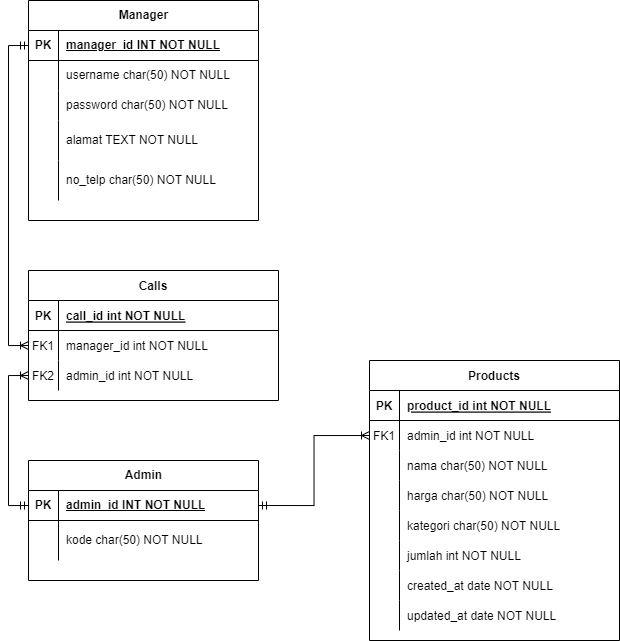
The draw.io diagram Skema Relasi.drawio.png in Raygama/tes, before a commit. Source tidied: cells renumbered, new cells last; positions are measured from the earlier drawing's top-left corner, leaving out a move shared by most shapes.
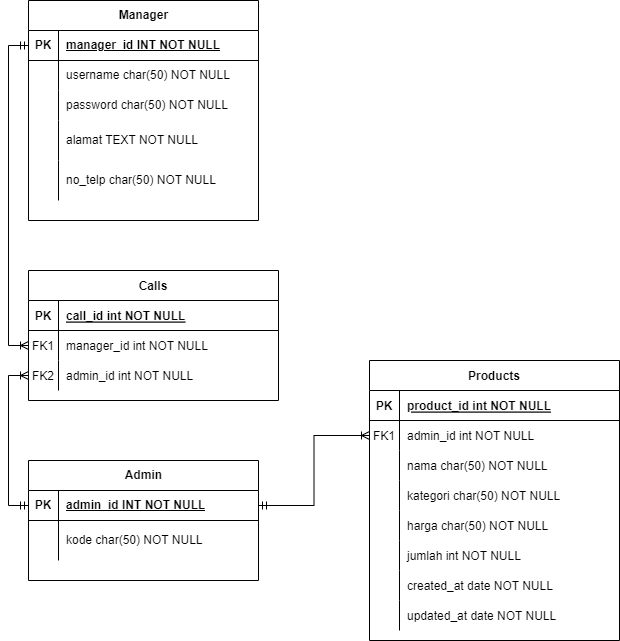
The same file after the commit.

Diff of the diagram source:
```diff
@@ -38,7 +38,7 @@
     <mxCell id="13" style="shape=partialRectangle;overflow=hidden;fillColor=none;top=0;left=0;bottom=0;right=0;" parent="12" vertex="1">
       <mxGeometry width="30" height="30" as="geometry" />
     </mxCell>
-    <mxCell id="14" value="harga char(50) NOT NULL" style="shape=partialRectangle;overflow=hidden;fillColor=none;top=0;left=0;bottom=0;right=0;align=left;spacingLeft=6;" parent="12" vertex="1">
+    <mxCell id="14" value="kategori char(50) NOT NULL" style="shape=partialRectangle;overflow=hidden;fillColor=none;top=0;left=0;bottom=0;right=0;align=left;spacingLeft=6;" parent="12" vertex="1">
       <mxGeometry x="30" width="220" height="30" as="geometry" />
     </mxCell>
     <mxCell id="15" style="shape=partialRectangle;fillColor=none;top=0;left=0;right=0;bottom=0;" parent="2" vertex="1">
@@ -47,9 +47,9 @@
     <mxCell id="16" style="shape=partialRectangle;overflow=hidden;fillColor=none;top=0;left=0;bottom=0;right=0;" parent="15" vertex="1">
       <mxGeometry width="30" height="30" as="geometry" />
     </mxCell>
-    <mxCell id="17" value="kategori char(50) NOT NULL" style="shape=partialRectangle;overflow=hidden;fillColor=none;top=0;left=0;bottom=0;right=0;align=left;spacingLeft=6;" parent="15" vertex="1">
-      <mxGeometry x="30" width="220" height="30" as="geometry" />
-    </mxCell>
+    <mxCell id="63" value="harga char(50) NOT NULL" style="shape=partialRectangle;overflow=hidden;fillColor=none;top=0;left=0;bottom=0;right=0;align=left;spacingLeft=6;" parent="15" vertex="1">
+      <mxGeometry x="30" width="220" height="30" as="geometry" />
+    </mxCell>
     <mxCell id="18" style="shape=partialRectangle;fillColor=none;top=0;left=0;right=0;bottom=0;" parent="2" vertex="1">
       <mxGeometry y="180" width="250" height="30" as="geometry" />
     </mxCell>
```
